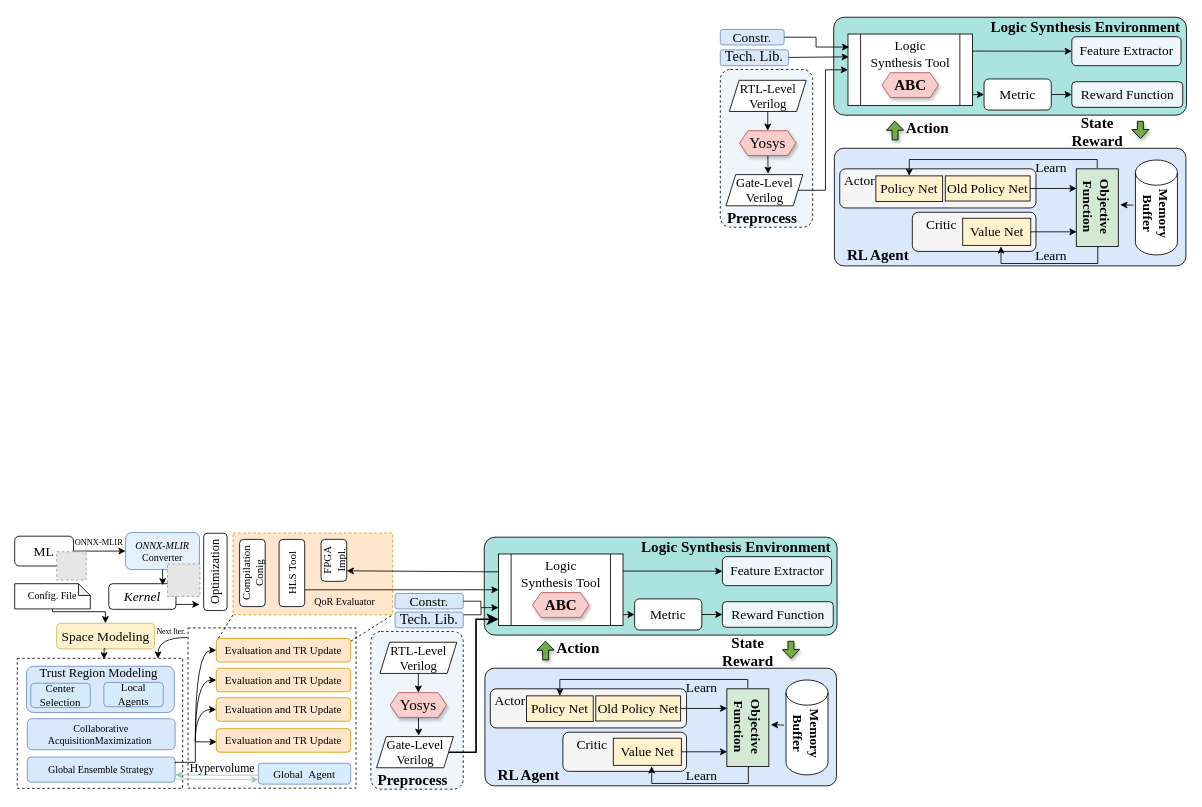
kxzhu0505/Delay-Padding-For-Multi-corner keeps this draw.io diagram as RL_framework.drawio. Above is the earlier version. Source tidied: cells renumbered, new cells numbered last; positions are measured from the earlier drawing's top-left corner, leaving out a move shared by most shapes. Both pictures are drawn from the tidied source at 84%, with x=0, y=0 at pixel (14, 14). Pictures stored in the file or linked from it are replaced by grey dashed boxes.
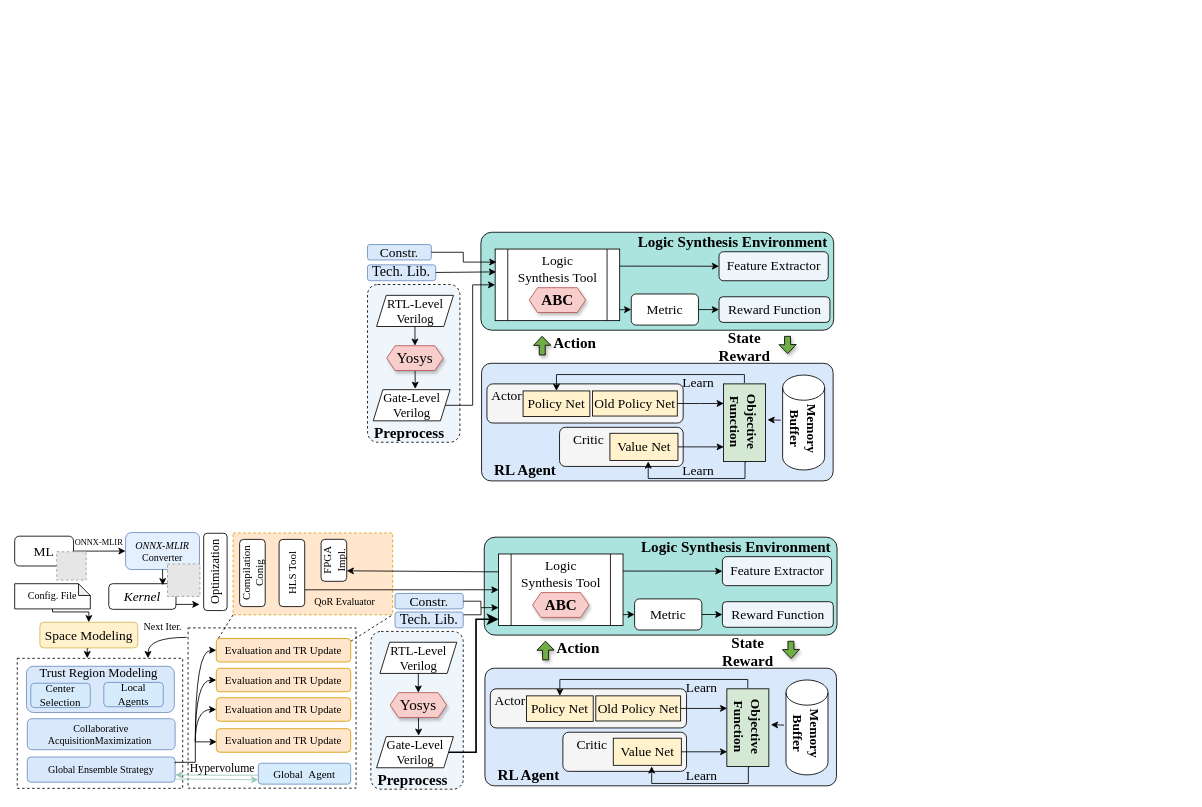
Above is the later version.

Unchanged cells that the change refers to:
```xml
<mxCell id="111" value="Config. File" style="shape=note;whiteSpace=wrap;html=1;backgroundOutline=1;darkOpacity=0.05;size=14;fontFamily=Times New Roman;" parent="1" vertex="1">
  <mxGeometry y="677.4" width="90" height="30" as="geometry" />
</mxCell>
<mxCell id="115" style="rounded=0;whiteSpace=wrap;html=1;dashed=1;fontFamily=Times New Roman;" parent="1" vertex="1">
  <mxGeometry x="3" y="766.2" width="197" height="154.8" as="geometry" />
</mxCell>
<mxCell id="117" style="rounded=0;whiteSpace=wrap;html=1;dashed=1;" parent="1" vertex="1">
  <mxGeometry x="206.4" y="730" width="200" height="190.8" as="geometry" />
</mxCell>
```

What changed in the source:
```diff
@@
     <mxCell id="53" style="rounded=1;whiteSpace=wrap;html=1;dashed=1;arcSize=11;fillColor=light-dark(#eef5fb, #ededed);" parent="1" vertex="1">
-      <mxGeometry x="840" y="65.2" width="110" height="187.8" as="geometry" />
+      <mxGeometry x="420" y="321.2" width="110" height="187.8" as="geometry" />
     </mxCell>
     <mxCell id="54" style="rounded=1;whiteSpace=wrap;html=1;fillColor=#dae8fc;strokeColor=#000000;strokeWidth=1;shadow=0;fontFamily=Times New Roman;arcSize=8;" parent="1" vertex="1">
-      <mxGeometry x="975.8" y="159" width="418.5" height="140" as="geometry" />
+      <mxGeometry x="555.8" y="415" width="418.5" height="140" as="geometry" />
     </mxCell>
     <mxCell id="55" style="rounded=1;whiteSpace=wrap;html=1;fillColor=light-dark(#ABE3DE,#22282F);strokeColor=#000000;strokeWidth=1;shadow=0;fontFamily=Times New Roman;arcSize=11;" parent="1" vertex="1">
-      <mxGeometry x="975" y="3" width="420" height="116.6" as="geometry" />
+      <mxGeometry x="555" y="259" width="420" height="116.6" as="geometry" />
     </mxCell>
     <mxCell id="56" value="&lt;font style=&quot;color: rgb(0, 0, 0); font-size: 16px;&quot;&gt;Feature Extractor&lt;/font&gt;" style="rounded=1;whiteSpace=wrap;html=1;strokeWidth=1;shadow=0;fontFamily=Times New Roman;fillColor=light-dark(#eef5fb, #ededed);" parent="1" vertex="1">
-      <mxGeometry x="1258.5" y="26.2" width="130" height="34.5" as="geometry" />
+      <mxGeometry x="838.5" y="282.2" width="130" height="34.5" as="geometry" />
     </mxCell>
@@
     <mxCell id="58" value="&lt;font style=&quot;font-size: 16px; color: rgb(0, 0, 0);&quot;&gt;Metric&lt;/font&gt;" style="rounded=1;whiteSpace=wrap;html=1;strokeWidth=1;fontFamily=Times New Roman;" parent="1" vertex="1">
-      <mxGeometry x="1154" y="76.5" width="80" height="37" as="geometry" />
+      <mxGeometry x="734" y="332.5" width="80" height="37" as="geometry" />
     </mxCell>
     <mxCell id="59" value="&lt;font style=&quot;color: rgb(0, 0, 0); font-size: 16px;&quot;&gt;Reward Function&lt;/font&gt;" style="rounded=1;whiteSpace=wrap;html=1;strokeWidth=1;shadow=0;fontFamily=Times New Roman;fillColor=light-dark(#eef5fb, #ededed);" parent="1" vertex="1">
-      <mxGeometry x="1258.5" y="79.8" width="132" height="30.5" as="geometry" />
+      <mxGeometry x="838.5" y="335.8" width="132" height="30.5" as="geometry" />
     </mxCell>
     <mxCell id="60" style="endArrow=classic;html=1;rounded=0;strokeWidth=1;entryX=-0.004;entryY=0.225;entryDx=0;entryDy=0;entryPerimeter=0;fontFamily=Times New Roman;" parent="1" edge="1">
       <mxGeometry relative="1" as="geometry">
-        <mxPoint x="1331.8" y="226.7" as="sourcePoint" />
-        <mxPoint x="1316.2" y="226.3" as="targetPoint" />
+        <mxPoint x="911.8" y="482.7" as="sourcePoint" />
+        <mxPoint x="896.2" y="482.3" as="targetPoint" />
       </mxGeometry>
     </mxCell>
     <mxCell id="61" style="rounded=0;jettySize=auto;html=1;endArrow=none;endFill=0;startArrow=classic;startFill=1;strokeWidth=1;fontFamily=Times New Roman;exitX=0;exitY=0.5;exitDx=0;exitDy=0;" parent="1" edge="1" source="58">
       <mxGeometry relative="1" as="geometry">
-        <mxPoint x="1120" y="95.6" as="targetPoint" />
+        <mxPoint x="700" y="351.6" as="targetPoint" />
       </mxGeometry>
     </mxCell>
     <mxCell id="62" style="rounded=0;jettySize=auto;html=1;strokeWidth=1;startArrow=classic;startFill=1;endArrow=none;endFill=0;exitX=0;exitY=0.5;exitDx=0;exitDy=0;entryX=0.018;entryY=0.606;entryDx=0;entryDy=0;entryPerimeter=0;fontFamily=Times New Roman;" parent="1" edge="1" source="56">
       <mxGeometry relative="1" as="geometry">
-        <mxPoint x="1120" y="43.3" as="targetPoint" />
+        <mxPoint x="700" y="299.3" as="targetPoint" />
       </mxGeometry>
     </mxCell>
     <mxCell id="63" style="shape=flexArrow;endArrow=classic;html=1;rounded=0;strokeWidth=1;shadow=1;fontFamily=Times New Roman;width=7.142857142857142;endSize=3.257142857142857;endWidth=12.312925170068027;fillColor=#70AD47;" parent="1" edge="1">
       <mxGeometry relative="1" as="geometry">
-        <mxPoint x="1048.1" y="149.6" as="sourcePoint" />
-        <mxPoint x="1047.8" y="126.3" as="targetPoint" />
+        <mxPoint x="628.1" y="405.6" as="sourcePoint" />
+        <mxPoint x="627.8" y="382.3" as="targetPoint" />
       </mxGeometry>
     </mxCell>
     <mxCell id="64" value="&lt;font style=&quot;color: rgb(0, 0, 0);&quot;&gt;&lt;span style=&quot;font-size: 17px;&quot;&gt;Tech. Lib.&lt;/span&gt;&lt;/font&gt;" style="rounded=1;whiteSpace=wrap;html=1;fillColor=#dae8fc;strokeColor=#6c8ebf;strokeWidth=1;shadow=0;rotation=0;fontFamily=Times New Roman;" parent="1" vertex="1">
-      <mxGeometry x="840" y="41.8" width="81.2" height="18.9" as="geometry" />
+      <mxGeometry x="420" y="297.8" width="81.2" height="18.9" as="geometry" />
     </mxCell>
     <mxCell id="65" value="&lt;font style=&quot;font-size: 16px; color: rgb(0, 0, 0);&quot;&gt;Constr.&lt;/font&gt;" style="rounded=1;whiteSpace=wrap;html=1;fillColor=#dae8fc;strokeColor=#6c8ebf;strokeWidth=1;shadow=0;rotation=0;fontFamily=Times New Roman;" parent="1" vertex="1">
-      <mxGeometry x="840" y="17.6" width="76" height="18.4" as="geometry" />
+      <mxGeometry x="420" y="273.6" width="76" height="18.4" as="geometry" />
     </mxCell>
     <mxCell id="66" value="&lt;font style=&quot;font-size: 18px;&quot;&gt;&lt;b&gt;Action&lt;/b&gt;&lt;/font&gt;" style="text;html=1;align=center;verticalAlign=middle;whiteSpace=wrap;rounded=0;fontFamily=Times New Roman;" parent="1" vertex="1">
-      <mxGeometry x="1057.2" y="119.6" width="60" height="30" as="geometry" />
+      <mxGeometry x="637.2" y="375.6" width="60" height="30" as="geometry" />
     </mxCell>
     <mxCell id="67" value="&lt;font style=&quot;font-size: 18px;&quot;&gt;&lt;b&gt;State&lt;/b&gt;&lt;/font&gt;&lt;div&gt;&lt;font style=&quot;font-size: 18px;&quot;&gt;&lt;b&gt;Reward&lt;/b&gt;&lt;/font&gt;&lt;/div&gt;" style="text;html=1;align=center;verticalAlign=middle;whiteSpace=wrap;rounded=0;fontFamily=Times New Roman;" parent="1" vertex="1">
-      <mxGeometry x="1258.5" y="125.3" width="60" height="30" as="geometry" />
+      <mxGeometry x="838.5" y="381.3" width="60" height="30" as="geometry" />
     </mxCell>
     <mxCell id="68" value="&lt;b style=&quot;font-family: &amp;quot;Times New Roman&amp;quot;; font-size: 18px;&quot;&gt;&lt;font style=&quot;color: rgb(0, 0, 0);&quot;&gt;RL Agent&lt;/font&gt;&lt;/b&gt;" style="text;html=1;align=center;verticalAlign=middle;whiteSpace=wrap;rounded=0;" parent="1" vertex="1">
-      <mxGeometry x="977.5" y="271.7" width="100" height="30" as="geometry" />
+      <mxGeometry x="557.5" y="527.7" width="100" height="30" as="geometry" />
     </mxCell>
     <mxCell id="69" value="&lt;font style=&quot;color: rgb(0, 0, 0);&quot;&gt;&lt;b style=&quot;font-family: &amp;quot;Times New Roman&amp;quot;; font-size: 18px;&quot;&gt;Logic Synthesis&amp;nbsp;&lt;/b&gt;&lt;b style=&quot;font-family: &amp;quot;Times New Roman&amp;quot;; background-color: initial; font-size: 18px;&quot;&gt;Environment&lt;/b&gt;&lt;/font&gt;" style="text;html=1;align=center;verticalAlign=middle;whiteSpace=wrap;rounded=0;" parent="1" vertex="1">
-      <mxGeometry x="1154" width="241.9" height="30" as="geometry" />
+      <mxGeometry x="734" y="256" width="241.9" height="30" as="geometry" />
     </mxCell>
     <mxCell id="70" style="group;fillColor=#d5e8d4;strokeColor=#000000;strokeWidth=1;fontFamily=Times New Roman;" parent="1" vertex="1">
-      <mxGeometry x="1263.8" y="183.5" width="50" height="92.4" as="geometry" />
+      <mxGeometry x="843.8" y="439.5" width="50" height="92.4" as="geometry" />
     </mxCell>
     <mxCell id="71" value="&lt;font style=&quot;font-size: 16px;&quot;&gt;&lt;b style=&quot;&quot;&gt;Objective&lt;/b&gt;&lt;/font&gt;&lt;div style=&quot;&quot;&gt;&lt;b style=&quot;&quot;&gt;&lt;font style=&quot;font-size: 16px;&quot;&gt;Function&lt;/font&gt;&lt;/b&gt;&lt;/div&gt;" style="text;html=1;align=center;verticalAlign=middle;whiteSpace=wrap;rounded=0;direction=south;rotation=90;fontFamily=Times New Roman;" parent="1" vertex="1">
-      <mxGeometry x="1242.2" y="216.4" width="93" height="25" as="geometry" />
+      <mxGeometry x="822.2" y="472.4" width="93" height="25" as="geometry" />
     </mxCell>
     <mxCell id="72" style="group;" parent="1" vertex="1">
-      <mxGeometry x="992.2" y="183.5" width="223.6" height="46.6" as="geometry" />
+      <mxGeometry x="572.2" y="439.5" width="223.6" height="46.6" as="geometry" />
     </mxCell>
@@
     <mxCell id="78" style="group;" parent="1" vertex="1">
-      <mxGeometry x="1058.6" y="235.2" width="157.2" height="46.6" as="geometry" />
+      <mxGeometry x="638.6" y="491.2" width="157.2" height="46.6" as="geometry" />
     </mxCell>
@@
     <mxCell id="84" style="group;" parent="1" vertex="1">
-      <mxGeometry x="1334.2" y="173" width="50" height="113" as="geometry" />
+      <mxGeometry x="914.2" y="429" width="50" height="113" as="geometry" />
     </mxCell>
@@
     <mxCell id="87" value="&lt;font style=&quot;font-size: 16px;&quot;&gt;Learn&lt;/font&gt;" style="text;html=1;align=center;verticalAlign=middle;whiteSpace=wrap;rounded=0;fontFamily=Times New Roman;" parent="1" vertex="1">
-      <mxGeometry x="1204.2" y="166.5" width="60" height="30" as="geometry" />
+      <mxGeometry x="784.2" y="422.5" width="60" height="30" as="geometry" />
     </mxCell>
     <mxCell id="88" value="&lt;font style=&quot;font-size: 16px;&quot;&gt;Learn&lt;/font&gt;" style="text;html=1;align=center;verticalAlign=middle;whiteSpace=wrap;rounded=0;fontFamily=Times New Roman;" parent="1" vertex="1">
-      <mxGeometry x="1204.2" y="271.7" width="60" height="30" as="geometry" />
+      <mxGeometry x="784.2" y="527.7" width="60" height="30" as="geometry" />
     </mxCell>
     <mxCell id="89" style="group;" parent="1" vertex="1">
-      <mxGeometry x="992" y="23" width="148.2" height="85.2" as="geometry" />
+      <mxGeometry x="572" y="279" width="148.2" height="85.2" as="geometry" />
     </mxCell>
@@
     <mxCell id="93" style="shape=flexArrow;endArrow=classic;html=1;rounded=0;strokeWidth=1;shadow=1;fontFamily=Times New Roman;width=7.142857142857142;endSize=3.257142857142857;endWidth=12.312925170068027;fillColor=#70AD47;" parent="1" edge="1">
       <mxGeometry relative="1" as="geometry">
-        <mxPoint x="1340" y="126.4" as="sourcePoint" />
-        <mxPoint x="1340.3" y="148" as="targetPoint" />
+        <mxPoint x="920" y="382.4" as="sourcePoint" />
+        <mxPoint x="920.3" y="404" as="targetPoint" />
       </mxGeometry>
     </mxCell>
@@
     <mxCell id="95" value="&lt;span style=&quot;font-size: 18px;&quot;&gt;Yosys&lt;/span&gt;" style="shape=hexagon;perimeter=hexagonPerimeter2;whiteSpace=wrap;html=1;fixedSize=1;fillColor=#f8cecc;strokeColor=#b85450;strokeWidth=1;shadow=1;rounded=0;size=10;fontFamily=Times New Roman;" parent="1" vertex="1">
-      <mxGeometry x="862.9" y="138.1" width="67.2" height="29.5" as="geometry" />
+      <mxGeometry x="442.9" y="394.1" width="67.2" height="29.5" as="geometry" />
     </mxCell>
@@
     <mxCell id="97" value="&lt;font style=&quot;font-family: &amp;quot;Times New Roman&amp;quot;; font-size: 15px;&quot;&gt;Gate-&lt;span style=&quot;background-color: initial;&quot;&gt;Level&lt;/span&gt;&lt;/font&gt;&lt;div style=&quot;font-family: &amp;quot;Times New Roman&amp;quot;;&quot;&gt;&lt;font style=&quot;font-size: 15px;&quot;&gt;Verilog&lt;/font&gt;&lt;/div&gt;" style="shape=parallelogram;perimeter=parallelogramPerimeter;whiteSpace=wrap;html=1;fixedSize=1;size=11.5;" parent="1" vertex="1">
-      <mxGeometry x="846.8" y="190.4" width="91.5" height="37.1" as="geometry" />
+      <mxGeometry x="426.8" y="446.4" width="91.5" height="37.1" as="geometry" />
     </mxCell>
     <mxCell id="98" value="&lt;font face=&quot;Times New Roman&quot;&gt;&lt;span style=&quot;font-size: 15px;&quot;&gt;RTL-Level&lt;/span&gt;&lt;/font&gt;&lt;div&gt;&lt;font face=&quot;Times New Roman&quot;&gt;&lt;span style=&quot;font-size: 15px;&quot;&gt;Verilog&lt;/span&gt;&lt;/font&gt;&lt;/div&gt;" style="shape=parallelogram;perimeter=parallelogramPerimeter;whiteSpace=wrap;html=1;fixedSize=1;size=11.5;" parent="1" vertex="1">
-      <mxGeometry x="850.8" y="78.1" width="91.5" height="37.1" as="geometry" />
+      <mxGeometry x="430.8" y="334.1" width="91.5" height="37.1" as="geometry" />
     </mxCell>
@@
     <mxCell id="102" value="&lt;font face=&quot;Times New Roman&quot;&gt;&lt;span style=&quot;font-size: 18px;&quot;&gt;&lt;b&gt;Preprocess&lt;/b&gt;&lt;/span&gt;&lt;/font&gt;" style="text;html=1;align=center;verticalAlign=middle;whiteSpace=wrap;rounded=0;" parent="1" vertex="1">
-      <mxGeometry x="840" y="227.5" width="100" height="30" as="geometry" />
+      <mxGeometry x="420" y="483.5" width="100" height="30" as="geometry" />
     </mxCell>
     <mxCell id="103" style="edgeStyle=orthogonalEdgeStyle;rounded=0;orthogonalLoop=1;jettySize=auto;html=1;entryX=0.5;entryY=1;entryDx=0;entryDy=0;" parent="1" edge="1">
       <mxGeometry relative="1" as="geometry">
-        <mxPoint x="1290.7" y="276.6" as="sourcePoint" />
-        <mxPoint x="1174.2" y="275.8" as="targetPoint" />
+        <mxPoint x="870.7" y="532.6" as="sourcePoint" />
+        <mxPoint x="754.2" y="531.8" as="targetPoint" />
         <Array as="points">
-          <mxPoint x="1289.4" y="296.2" />
-          <mxPoint x="1174.4" y="296.2" />
+          <mxPoint x="869.4" y="552.2" />
+          <mxPoint x="754.4" y="552.2" />
         </Array>
       </mxGeometry>
     </mxCell>
@@
-    <mxCell id="110" style="edgeStyle=orthogonalEdgeStyle;rounded=0;jettySize=auto;html=1;exitX=0.5;exitY=1;exitDx=0;exitDy=0;exitPerimeter=0;fontFamily=Times New Roman;" parent="1" edge="1" source="111" target="114">
+    <mxCell id="110" style="edgeStyle=orthogonalEdgeStyle;rounded=0;jettySize=auto;html=1;exitX=0.5;exitY=1;exitDx=0;exitDy=0;exitPerimeter=0;fontFamily=Times New Roman;entryX=0.5;entryY=0;entryDx=0;entryDy=0;" parent="1" edge="1" source="111" target="114">
       <mxGeometry relative="1" as="geometry">
         <Array as="points">
-          <mxPoint x="45" y="710.7" />
-          <mxPoint x="108" y="710.7" />
+          <mxPoint x="45" y="711" />
+          <mxPoint x="88" y="711" />
+          <mxPoint x="88" y="723" />
         </Array>
       </mxGeometry>
     </mxCell>
@@
-    <mxCell id="114" value="&lt;p style=&quot;margin-top: 0pt; margin-bottom: 0pt; margin-left: 0in; direction: ltr; unicode-bidi: embed; word-break: normal;&quot;&gt;&lt;font&gt;&lt;span style=&quot;font-size: 16px;&quot;&gt;Space Modeling&lt;/span&gt;&lt;/font&gt;&lt;/p&gt;" style="rounded=1;whiteSpace=wrap;html=1;fillColor=#fff2cc;strokeColor=#d6b656;fontFamily=Times New Roman;" parent="1" vertex="1">
-      <mxGeometry x="50" y="724.5" width="116.5" height="30.5" as="geometry" />
-    </mxCell>
@@
-    <mxCell id="123" style="edgeStyle=orthogonalEdgeStyle;rounded=0;jettySize=auto;html=1;exitX=0.5;exitY=1;exitDx=0;exitDy=0;entryX=0.525;entryY=0.008;entryDx=0;entryDy=0;entryPerimeter=0;fontFamily=Times New Roman;" parent="1" edge="1" source="114" target="115">
-      <mxGeometry relative="1" as="geometry" />
+    <mxCell id="123" style="edgeStyle=orthogonalEdgeStyle;rounded=0;jettySize=auto;html=1;exitX=0.5;exitY=1;exitDx=0;exitDy=0;entryX=0.525;entryY=0.008;entryDx=0;entryDy=0;entryPerimeter=0;fontFamily=Times New Roman;" parent="1" edge="1" source="114">
+      <mxGeometry relative="1" as="geometry">
+        <mxPoint x="86.4" y="766.1" as="targetPoint" />
+      </mxGeometry>
     </mxCell>
@@
-    <mxCell id="139" style="edgeStyle=orthogonalEdgeStyle;curved=1;rounded=0;jettySize=auto;html=1;exitX=-0.005;exitY=0.06;exitDx=0;exitDy=0;entryX=0.851;entryY=0.002;entryDx=0;entryDy=0;entryPerimeter=0;exitPerimeter=0;" parent="1" edge="1" source="117" target="115">
+    <mxCell id="139" style="edgeStyle=orthogonalEdgeStyle;curved=1;rounded=0;jettySize=auto;html=1;exitX=-0.008;exitY=0.059;exitDx=0;exitDy=0;entryX=0.851;entryY=0.002;entryDx=0;entryDy=0;entryPerimeter=0;exitPerimeter=0;" parent="1" edge="1" source="117">
       <mxGeometry relative="1" as="geometry">
+        <mxPoint x="158.7" y="766.1" as="targetPoint" />
         <Array as="points">
-          <mxPoint x="171" y="741" />
+          <mxPoint x="159" y="741" />
         </Array>
       </mxGeometry>
     </mxCell>
-    <mxCell id="140" value="&lt;font style=&quot;font-size: 9px;&quot; face=&quot;Times New Roman&quot;&gt;Next Iter.&lt;/font&gt;" style="text;html=1;align=center;verticalAlign=middle;strokeColor=none;fillColor=none;" parent="1" vertex="1">
-      <mxGeometry x="155.5" y="719.4" width="60" height="30" as="geometry" />
+    <mxCell id="140" value="&lt;font face=&quot;Times New Roman&quot;&gt;Next Iter.&lt;/font&gt;" style="text;html=1;align=center;verticalAlign=middle;strokeColor=none;fillColor=none;" parent="1" vertex="1">
+      <mxGeometry x="141" y="714.4" width="70" height="30" as="geometry" />
     </mxCell>
@@
+    <mxCell id="114" value="&lt;p style=&quot;margin-top: 0pt; margin-bottom: 0pt; margin-left: 0in; direction: ltr; unicode-bidi: embed; word-break: normal;&quot;&gt;&lt;font&gt;&lt;span style=&quot;font-size: 16px;&quot;&gt;Space Modeling&lt;/span&gt;&lt;/font&gt;&lt;/p&gt;" style="rounded=1;whiteSpace=wrap;html=1;fillColor=#fff2cc;strokeColor=#d6b656;fontFamily=Times New Roman;" parent="1" vertex="1">
+      <mxGeometry x="30" y="723.3" width="116.5" height="30.5" as="geometry" />
+    </mxCell>
```
